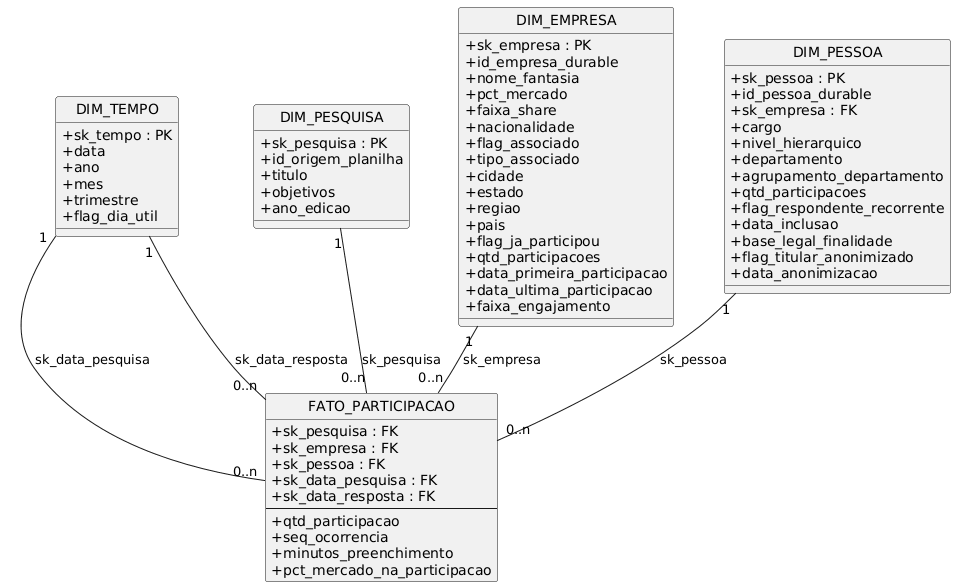
Above: docs/assets/prototipos-dashboards/imagens/cubo-02.png in balb-0/Synapse (PlantUML), before the change. Its diagram source:
```plantuml
@startuml
!define table(x) class x << (T,#FFAAAA) >>
!define fact(x) class x << (F,#AAFFAA) >>

hide circle
skinparam classAttributeIconSize 0
skinparam nodesep 50
skinparam ranksep 50

table(DIM_TEMPO) {
  + sk_tempo : PK
  + data
  + ano
  + mes
  + trimestre
  + flag_dia_util
}

table(DIM_PESQUISA) {
  + sk_pesquisa : PK
  + id_origem_planilha
  + titulo
  + objetivos
  + ano_edicao
}

table(DIM_EMPRESA) {
  + sk_empresa : PK
  + id_empresa_durable
  + nome_fantasia
  + pct_mercado
  + faixa_share
  + nacionalidade
  + flag_associado
  + tipo_associado
  + cidade
  + estado
  + regiao
  + pais
  + flag_ja_participou
  + qtd_participacoes
  + data_primeira_participacao
  + data_ultima_participacao
  + faixa_engajamento
}

table(DIM_PESSOA) {
  + sk_pessoa : PK
  + id_pessoa_durable
  + sk_empresa : FK
  + cargo
  + nivel_hierarquico
  + departamento
  + agrupamento_departamento
  + qtd_participacoes
  + flag_respondente_recorrente
  + data_inclusao
  + base_legal_finalidade
  + flag_titular_anonimizado
  + data_anonimizacao
}

fact(FATO_PARTICIPACAO) {
  + sk_pesquisa : FK
  + sk_empresa : FK
  + sk_pessoa : FK
  + sk_data_pesquisa : FK
  + sk_data_resposta : FK
  --
  + qtd_participacao
  + seq_ocorrencia
  + minutos_preenchimento
  + pct_mercado_na_participacao
}

DIM_TEMPO "1" -- "0..n" FATO_PARTICIPACAO : sk_data_pesquisa
DIM_TEMPO "1" -- "0..n" FATO_PARTICIPACAO : sk_data_resposta
DIM_PESQUISA "1" -- "0..n" FATO_PARTICIPACAO : sk_pesquisa
DIM_EMPRESA "1" -- "0..n" FATO_PARTICIPACAO : sk_empresa
DIM_PESSOA "1" -- "0..n" FATO_PARTICIPACAO : sk_pessoa
@enduml
```
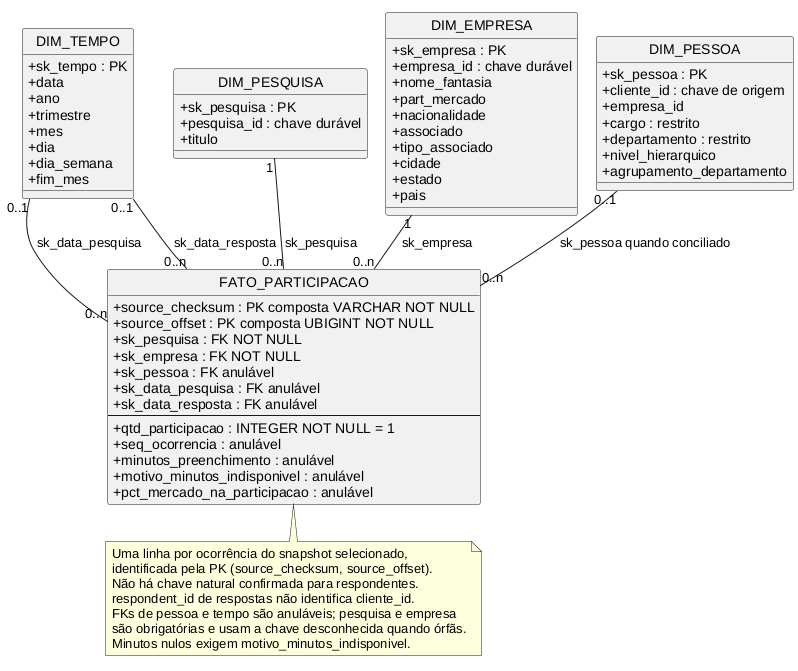
After the change.

What changed in the source:
```diff
@@ -1,4 +1,5 @@
 @startuml
+
 !define table(x) class x << (T,#FFAAAA) >>
 !define fact(x) class x << (F,#AAFFAA) >>
 
@@ -11,71 +12,72 @@
   + sk_tempo : PK
   + data
   + ano
+  + trimestre
   + mes
-  + trimestre
-  + flag_dia_util
+  + dia
+  + dia_semana
+  + fim_mes
 }
 
 table(DIM_PESQUISA) {
   + sk_pesquisa : PK
-  + id_origem_planilha
+  + pesquisa_id : chave durável
   + titulo
-  + objetivos
-  + ano_edicao
 }
 
 table(DIM_EMPRESA) {
   + sk_empresa : PK
-  + id_empresa_durable
+  + empresa_id : chave durável
   + nome_fantasia
-  + pct_mercado
-  + faixa_share
+  + part_mercado
   + nacionalidade
-  + flag_associado
+  + associado
   + tipo_associado
   + cidade
   + estado
-  + regiao
   + pais
-  + flag_ja_participou
-  + qtd_participacoes
-  + data_primeira_participacao
-  + data_ultima_participacao
-  + faixa_engajamento
 }
 
 table(DIM_PESSOA) {
   + sk_pessoa : PK
-  + id_pessoa_durable
-  + sk_empresa : FK
-  + cargo
+  + cliente_id : chave de origem
+  + empresa_id
+  + cargo : restrito
+  + departamento : restrito
   + nivel_hierarquico
-  + departamento
   + agrupamento_departamento
-  + qtd_participacoes
-  + flag_respondente_recorrente
-  + data_inclusao
-  + base_legal_finalidade
-  + flag_titular_anonimizado
-  + data_anonimizacao
 }
 
 fact(FATO_PARTICIPACAO) {
-  + sk_pesquisa : FK
-  + sk_empresa : FK
-  + sk_pessoa : FK
-  + sk_data_pesquisa : FK
-  + sk_data_resposta : FK
+  + source_checksum : PK composta VARCHAR NOT NULL
+  + source_offset : PK composta UBIGINT NOT NULL
+  + sk_pesquisa : FK NOT NULL
+  + sk_empresa : FK NOT NULL
+  + sk_pessoa : FK anulável
+  + sk_data_pesquisa : FK anulável
+  + sk_data_resposta : FK anulável
   --
-  + qtd_participacao
-  + seq_ocorrencia
-  + minutos_preenchimento
-  + pct_mercado_na_participacao
+  + qtd_participacao : INTEGER NOT NULL = 1
+  + seq_ocorrencia : anulável
+  + minutos_preenchimento : anulável
+  + motivo_minutos_indisponivel : anulável
+  + pct_mercado_na_participacao : anulável
 }
 
-DIM_TEMPO "1" -- "0..n" FATO_PARTICIPACAO : sk_data_pesquisa
-DIM_TEMPO "1" -- "0..n" FATO_PARTICIPACAO : sk_data_resposta
+DIM_TEMPO "0..1" -- "0..n" FATO_PARTICIPACAO : sk_data_pesquisa
+DIM_TEMPO "0..1" -- "0..n" FATO_PARTICIPACAO : sk_data_resposta
 DIM_PESQUISA "1" -- "0..n" FATO_PARTICIPACAO : sk_pesquisa
 DIM_EMPRESA "1" -- "0..n" FATO_PARTICIPACAO : sk_empresa
-DIM_PESSOA "1" -- "0..n" FATO_PARTICIPACAO : sk_pessoa
+DIM_PESSOA "0..1" -- "0..n" FATO_PARTICIPACAO : sk_pessoa quando conciliado
+
+note bottom of FATO_PARTICIPACAO
+  Uma linha por ocorrência do snapshot selecionado,
+  identificada pela PK (source_checksum, source_offset).
+  Não há chave natural confirmada para respondentes.
+  respondent_id de respostas não identifica cliente_id.
+  FKs de pessoa e tempo são anuláveis; pesquisa e empresa
+  são obrigatórias e usam a chave desconhecida quando órfãs.
+  Minutos nulos exigem motivo_minutos_indisponivel.
+end note
+
 @enduml
```
